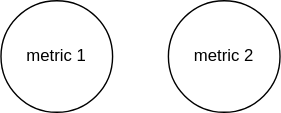
Earlier version of the draw.io export flow/metrics/metrics.svg (toerkl/learning). Source tidied: cells renumbered, new cells last; positions are measured from the earlier drawing's top-left corner, leaving out a move shared by most shapes.
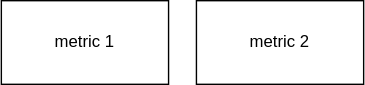
Above is the later version.

Diff of the diagram source:
```diff
@@ -2,11 +2,11 @@
   <root>
     <mxCell id="0" />
     <mxCell id="1" parent="0" />
-    <mxCell id="2" value="metric 1" style="ellipse;whiteSpace=wrap;html=1;" parent="1" vertex="1">
-      <mxGeometry width="80" height="80" as="geometry" />
+    <mxCell id="2" value="metric 1" style="rounded=0;whiteSpace=wrap;html=1;" parent="1" vertex="1">
+      <mxGeometry x="-60" y="-70" width="120" height="60" as="geometry" />
     </mxCell>
-    <mxCell id="3" value="metric 2" style="ellipse;whiteSpace=wrap;html=1;" parent="1" vertex="1">
-      <mxGeometry x="120" width="80" height="80" as="geometry" />
+    <mxCell id="3" value="metric 2" style="rounded=0;whiteSpace=wrap;html=1;" parent="1" vertex="1">
+      <mxGeometry x="80" y="-70" width="120" height="60" as="geometry" />
     </mxCell>
   </root>
 </mxGraphModel>
```
